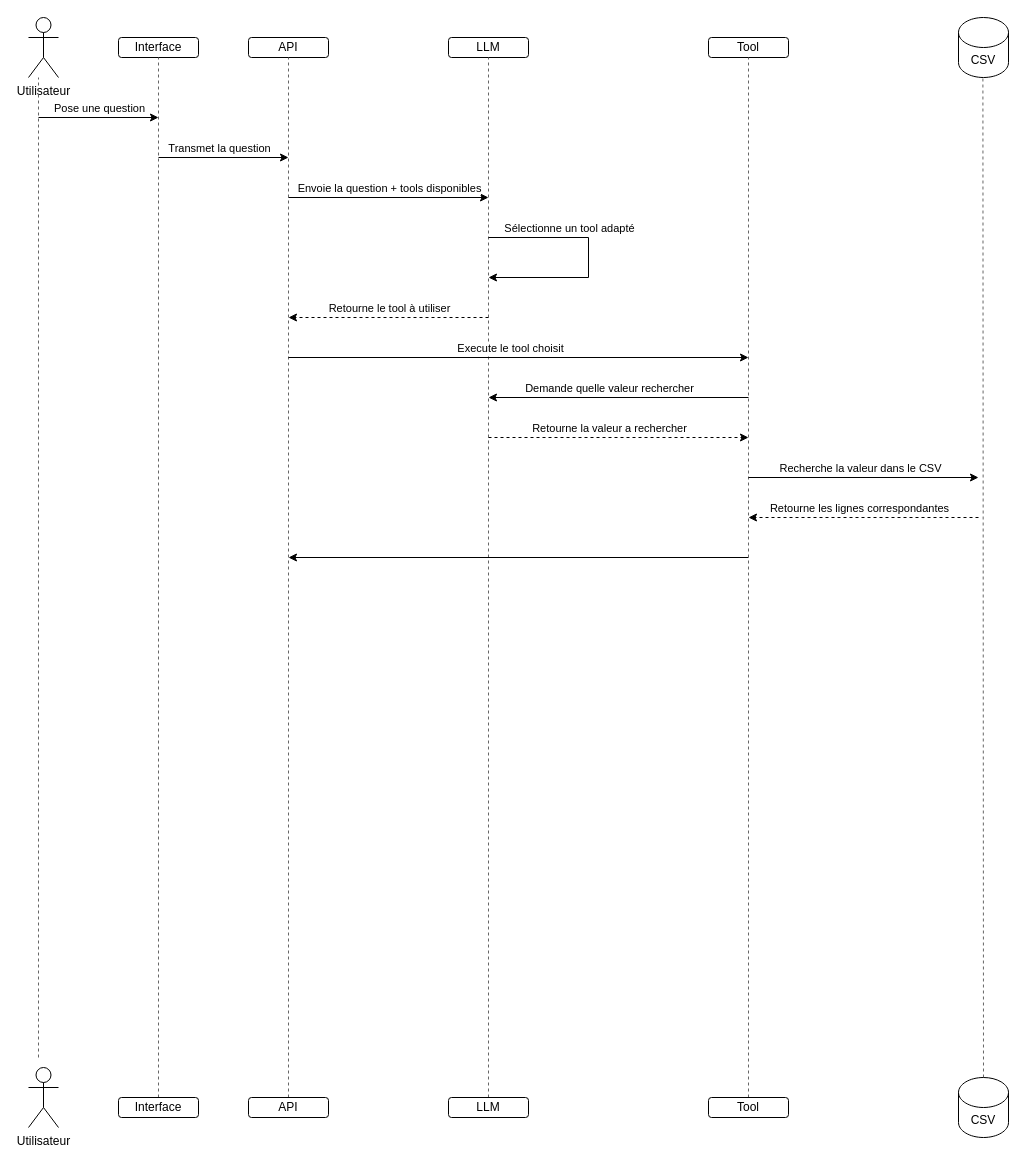
CodeNelFey/diagramms keeps this draw.io diagram as Flowchart_IPPON_IA.drawio. Above is the earlier version. Source tidied: cells renumbered, new cells numbered last; positions are measured from the earlier drawing's top-left corner, leaving out a move shared by most shapes. Both pictures are drawn from the tidied source at 100%, with x=0, y=0 at pixel (28, 17).
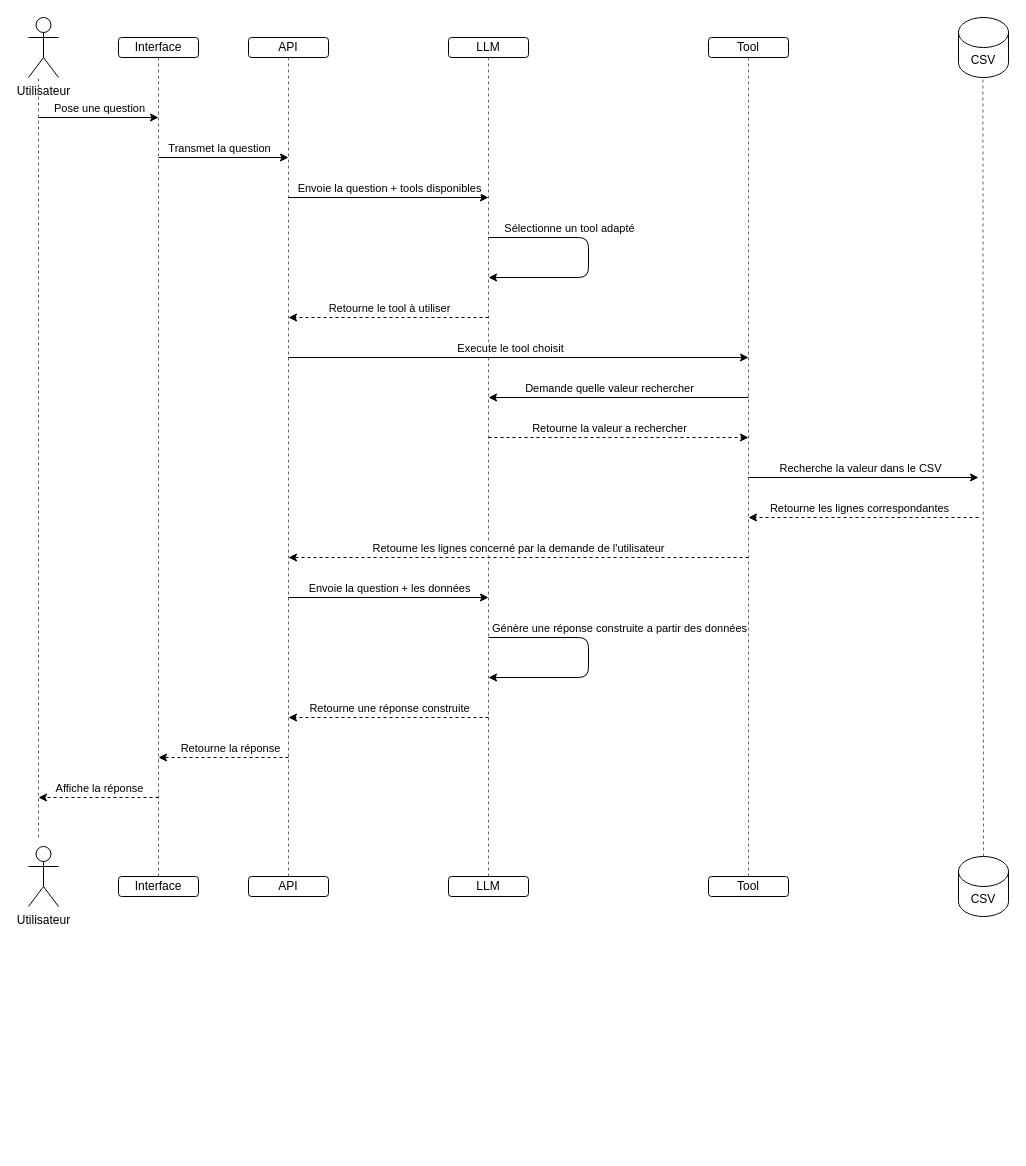
The same page after the edit.

Commit message (it also covers changes not shown here):
Mettre à jour Flowchart_IPPON_IA.drawio

The edit, as a diff of the source:
```diff
@@
     <mxCell id="3" style="endArrow=none;dashed=1;html=1;rounded=0;fillColor=#f5f5f5;strokeColor=#666666;" parent="1" edge="1">
       <mxGeometry relative="1" as="geometry">
-        <mxPoint x="10" y="1040" as="sourcePoint" />
+        <mxPoint x="10" y="820" as="sourcePoint" />
         <mxPoint x="10" y="60" as="targetPoint" />
       </mxGeometry>
     </mxCell>
     <mxCell id="4" value="&lt;div&gt;Utilisateur&lt;/div&gt;" style="shape=umlActor;verticalLabelPosition=bottom;verticalAlign=top;html=1;" parent="1" vertex="1">
-      <mxGeometry y="1050" width="30" height="60" as="geometry" />
+      <mxGeometry y="829" width="30" height="60" as="geometry" />
     </mxCell>
@@
     <mxCell id="13" value="&lt;div&gt;Interface&lt;/div&gt;" style="rounded=1;whiteSpace=wrap;html=1;" parent="1" vertex="1">
-      <mxGeometry x="90" y="1080" width="80" height="20" as="geometry" />
+      <mxGeometry x="90" y="859" width="80" height="20" as="geometry" />
     </mxCell>
     <mxCell id="14" value="&lt;div&gt;API&lt;/div&gt;" style="rounded=1;whiteSpace=wrap;html=1;" parent="1" vertex="1">
-      <mxGeometry x="220" y="1080" width="80" height="20" as="geometry" />
+      <mxGeometry x="220" y="859" width="80" height="20" as="geometry" />
     </mxCell>
     <mxCell id="15" value="LLM" style="rounded=1;whiteSpace=wrap;html=1;" parent="1" vertex="1">
-      <mxGeometry x="420" y="1080" width="80" height="20" as="geometry" />
+      <mxGeometry x="420" y="859" width="80" height="20" as="geometry" />
     </mxCell>
     <mxCell id="16" value="CSV" style="shape=cylinder3;whiteSpace=wrap;html=1;boundedLbl=1;backgroundOutline=1;size=15;" parent="1" vertex="1">
-      <mxGeometry x="930" y="1060" width="50" height="60" as="geometry" />
+      <mxGeometry x="930" y="839" width="50" height="60" as="geometry" />
     </mxCell>
@@
-    <mxCell id="23" style="endArrow=classic;html=1;rounded=0;" parent="1" edge="1">
+    <mxCell id="23" style="endArrow=classic;html=1;rounded=1;curved=0;" parent="1" edge="1">
       <mxGeometry relative="1" as="geometry">
         <mxPoint x="460" y="220" as="sourcePoint" />
         <mxPoint x="460" y="260" as="targetPoint" />
         <Array as="points">
           <mxPoint x="560" y="220" />
           <mxPoint x="560" y="260" />
         </Array>
       </mxGeometry>
     </mxCell>
@@
-    <mxCell id="27" style="endArrow=classic;html=1;rounded=0;" parent="1" edge="1">
+    <mxCell id="27" style="endArrow=classic;html=1;rounded=0;dashed=1;curved=0;" parent="1" edge="1">
       <mxGeometry relative="1" as="geometry">
         <mxPoint x="720" y="540" as="sourcePoint" />
         <mxPoint x="260" y="540" as="targetPoint" />
       </mxGeometry>
     </mxCell>
+    <mxCell id="41" value="&lt;div&gt;Retourne les lignes concerné par la demande de l'utilisateur&lt;/div&gt;" style="edgeLabel;html=1;align=center;verticalAlign=middle;" parent="27" vertex="1">
+      <mxGeometry x="-0.28" y="-3" relative="1" as="geometry">
+        <mxPoint x="-65" y="-7" as="offset" />
+      </mxGeometry>
+    </mxCell>
@@
     <mxCell id="32" value="&lt;div&gt;Tool&lt;/div&gt;" style="rounded=1;whiteSpace=wrap;html=1;" parent="1" vertex="1">
-      <mxGeometry x="680" y="1080" width="80" height="20" as="geometry" />
+      <mxGeometry x="680" y="859" width="80" height="20" as="geometry" />
     </mxCell>
@@
+    <mxCell id="42" style="endArrow=classic;html=1;rounded=0;" parent="1" edge="1">
+      <mxGeometry relative="1" as="geometry">
+        <mxPoint x="260" y="580" as="sourcePoint" />
+        <mxPoint x="460" y="580" as="targetPoint" />
+      </mxGeometry>
+    </mxCell>
+    <mxCell id="43" value="&lt;div&gt;Envoie la question + les données&lt;/div&gt;" style="edgeLabel;html=1;align=center;verticalAlign=middle;" parent="42" vertex="1">
+      <mxGeometry x="0.23" relative="1" as="geometry">
+        <mxPoint x="-23" y="-10" as="offset" />
+      </mxGeometry>
+    </mxCell>
+    <mxCell id="44" style="endArrow=classic;html=1;rounded=1;curved=0;" parent="1" edge="1">
+      <mxGeometry relative="1" as="geometry">
+        <mxPoint x="460" y="620" as="sourcePoint" />
+        <mxPoint x="460" y="660" as="targetPoint" />
+        <Array as="points">
+          <mxPoint x="560" y="620" />
+          <mxPoint x="560" y="660" />
+        </Array>
+      </mxGeometry>
+    </mxCell>
+    <mxCell id="45" value="&lt;div&gt;Génère une réponse construite a partir des données&lt;/div&gt;" style="edgeLabel;html=1;align=center;verticalAlign=middle;" parent="44" vertex="1">
+      <mxGeometry x="-0.41" y="2" relative="1" as="geometry">
+        <mxPoint x="59" y="-8" as="offset" />
+      </mxGeometry>
+    </mxCell>
+    <mxCell id="46" style="endArrow=classic;html=1;rounded=0;dashed=1;" parent="1" edge="1">
+      <mxGeometry relative="1" as="geometry">
+        <mxPoint x="460" y="700" as="sourcePoint" />
+        <mxPoint x="260" y="700" as="targetPoint" />
+      </mxGeometry>
+    </mxCell>
+    <mxCell id="47" value="&lt;div&gt;Retourne une réponse construite&lt;/div&gt;" style="edgeLabel;html=1;align=center;verticalAlign=middle;" parent="46" vertex="1">
+      <mxGeometry x="0.36" y="-2" relative="1" as="geometry">
+        <mxPoint x="36" y="-8" as="offset" />
+      </mxGeometry>
+    </mxCell>
+    <mxCell id="48" style="endArrow=classic;html=1;rounded=0;dashed=1;" parent="1" edge="1">
+      <mxGeometry relative="1" as="geometry">
+        <mxPoint x="260" y="740" as="sourcePoint" />
+        <mxPoint x="130" y="740" as="targetPoint" />
+      </mxGeometry>
+    </mxCell>
+    <mxCell id="49" value="Retourne la réponse" style="edgeLabel;html=1;align=center;verticalAlign=middle;" parent="48" vertex="1">
+      <mxGeometry x="0.36" y="-2" relative="1" as="geometry">
+        <mxPoint x="29" y="-8" as="offset" />
+      </mxGeometry>
+    </mxCell>
+    <mxCell id="50" style="endArrow=classic;html=1;rounded=0;dashed=1;" parent="1" edge="1">
+      <mxGeometry relative="1" as="geometry">
+        <mxPoint x="130" y="780" as="sourcePoint" />
+        <mxPoint x="10" y="780" as="targetPoint" />
+      </mxGeometry>
+    </mxCell>
+    <mxCell id="51" value="&lt;div&gt;Affiche la réponse&lt;/div&gt;" style="edgeLabel;html=1;align=center;verticalAlign=middle;" parent="50" vertex="1">
+      <mxGeometry x="-0.43" y="3" relative="1" as="geometry">
+        <mxPoint x="-26" y="-13" as="offset" />
+      </mxGeometry>
+    </mxCell>
```
